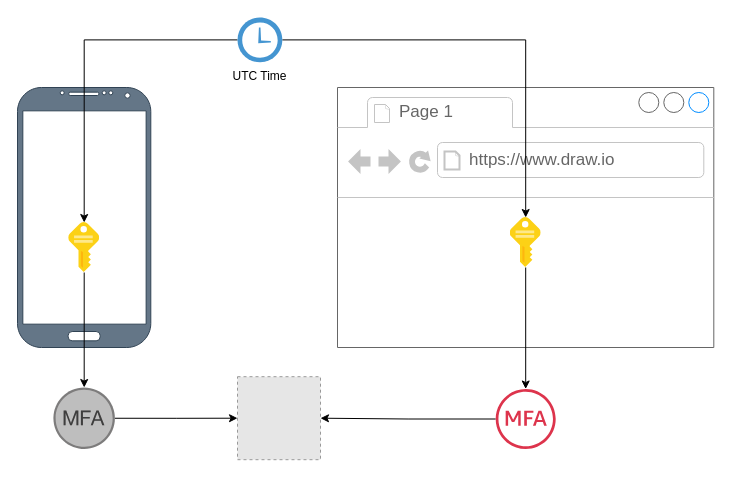
The draw.io diagram page "mfa-authenticator-app" (9 of 10) of dotnetcore_authentication.drawio in kinathru/DotNetCoreIdentityLearning, before the edit. Source tidied: cells renumbered, new cells numbered last; positions are measured from the earlier drawing's top-left corner, leaving out a move shared by most shapes. Both pictures are drawn from the tidied source at 100%, with x=0, y=0 at pixel (17, 17). Pictures stored in the file or linked from it are replaced by grey dashed boxes.
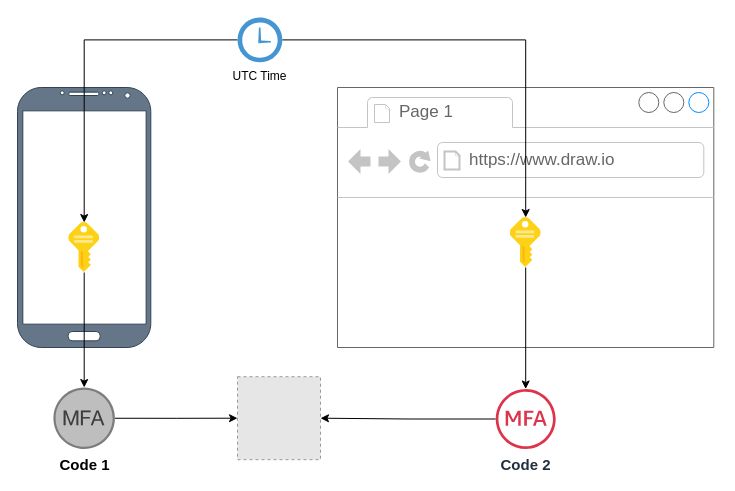
Above is the later version.

What changed in the source:
```diff
@@
 <mxGraphModel>
   <root>
     <mxCell id="0" />
     <mxCell id="1" parent="0" />
     <mxCell id="2" style="verticalLabelPosition=bottom;verticalAlign=top;html=1;shadow=0;dashed=0;strokeWidth=1;shape=mxgraph.android.phone2;strokeColor=#314354;fillColor=#647687;fontColor=#ffffff;" parent="1" vertex="1">
       <mxGeometry y="70" width="133.3" height="260" as="geometry" />
     </mxCell>
     <mxCell id="3" style="strokeWidth=1;shadow=0;dashed=0;align=center;html=1;shape=mxgraph.mockup.containers.browserWindow;rSize=0;strokeColor=#666666;strokeColor2=#008cff;strokeColor3=#c4c4c4;mainText=,;" parent="1" vertex="1">
       <mxGeometry x="320" y="70" width="376.3" height="260" as="geometry" />
     </mxCell>
     <mxCell id="4" value="Page 1" style="strokeWidth=1;shadow=0;dashed=0;align=center;html=1;shape=mxgraph.mockup.containers.anchor;fontSize=17;fontColor=#666666;align=left;whiteSpace=wrap;" parent="3" vertex="1">
       <mxGeometry x="60" y="12" width="110" height="26" as="geometry" />
     </mxCell>
     <mxCell id="5" value="https://www.draw.io" style="strokeWidth=1;shadow=0;dashed=0;align=center;html=1;shape=mxgraph.mockup.containers.anchor;rSize=0;fontSize=17;fontColor=#666666;align=left;" parent="3" vertex="1">
       <mxGeometry x="130" y="60" width="250" height="26" as="geometry" />
     </mxCell>
     <mxCell id="6" style="image;sketch=0;html=1;points=[];align=center;fontSize=12;image=img/lib/mscae/Key.svg;" parent="3" vertex="1">
       <mxGeometry x="172.7" y="130" width="31" height="50" as="geometry" />
     </mxCell>
     <mxCell id="7" style="edgeStyle=orthogonalEdgeStyle;rounded=0;jettySize=auto;html=1;" parent="1" edge="1" source="9" target="11">
       <mxGeometry relative="1" as="geometry" />
     </mxCell>
     <mxCell id="8" style="edgeStyle=orthogonalEdgeStyle;rounded=0;jettySize=auto;html=1;" parent="1" edge="1" source="9" target="6">
       <mxGeometry relative="1" as="geometry" />
     </mxCell>
     <mxCell id="9" value="UTC Time" style="shadow=0;dashed=0;html=1;strokeColor=none;fillColor=#4495D1;labelPosition=center;verticalLabelPosition=bottom;verticalAlign=top;align=center;outlineConnect=0;shape=mxgraph.veeam.time;" parent="1" vertex="1">
       <mxGeometry x="220" width="44.8" height="44.8" as="geometry" />
     </mxCell>
     <mxCell id="10" style="edgeStyle=orthogonalEdgeStyle;rounded=0;jettySize=auto;html=1;" parent="1" edge="1" source="11" target="13">
       <mxGeometry relative="1" as="geometry" />
     </mxCell>
     <mxCell id="11" style="image;sketch=0;html=1;points=[];align=center;fontSize=12;image=img/lib/mscae/Key.svg;" parent="1" vertex="1">
       <mxGeometry x="51.2" y="205" width="31" height="50" as="geometry" />
     </mxCell>
     <mxCell id="12" style="edgeStyle=orthogonalEdgeStyle;rounded=0;jettySize=auto;html=1;exitX=1;exitY=0.5;exitDx=0;exitDy=0;exitPerimeter=0;" parent="1" edge="1" source="13" target="17">
       <mxGeometry relative="1" as="geometry" />
     </mxCell>
-    <mxCell id="13" style="outlineConnect=0;dashed=0;verticalLabelPosition=bottom;verticalAlign=top;align=center;html=1;shape=mxgraph.aws3.mfa_token;fillColor=#7D7C7C;gradientColor=none;" parent="1" vertex="1">
+    <mxCell id="13" value="&lt;b&gt;&lt;font style=&quot;font-size: 15px;&quot;&gt;Code 1&lt;/font&gt;&lt;/b&gt;" style="outlineConnect=0;dashed=0;verticalLabelPosition=bottom;verticalAlign=top;align=center;html=1;shape=mxgraph.aws3.mfa_token;fillColor=#7D7C7C;gradientColor=none;" parent="1" vertex="1">
       <mxGeometry x="35.9" y="370" width="61.5" height="61.5" as="geometry" />
     </mxCell>
     <mxCell id="14" style="edgeStyle=orthogonalEdgeStyle;rounded=0;jettySize=auto;html=1;" parent="1" edge="1" source="15" target="17">
       <mxGeometry relative="1" as="geometry" />
     </mxCell>
-    <mxCell id="15" style="sketch=0;outlineConnect=0;fontColor=#232F3E;gradientColor=none;fillColor=#DD344C;strokeColor=none;dashed=0;verticalLabelPosition=bottom;verticalAlign=top;align=center;html=1;fontSize=12;fontStyle=0;shape=mxgraph.aws4.mfa_token;" parent="1" vertex="1">
+    <mxCell id="15" value="&lt;b&gt;&lt;font style=&quot;font-size: 15px;&quot;&gt;Code 2&lt;/font&gt;&lt;/b&gt;" style="sketch=0;outlineConnect=0;fontColor=#232F3E;gradientColor=none;fillColor=#DD344C;strokeColor=none;dashed=0;verticalLabelPosition=bottom;verticalAlign=top;align=center;html=1;fontSize=12;fontStyle=0;shape=mxgraph.aws4.mfa_token;" parent="1" vertex="1">
       <mxGeometry x="478.2" y="371.5" width="60" height="60" as="geometry" />
     </mxCell>
     <mxCell id="16" style="edgeStyle=orthogonalEdgeStyle;rounded=0;jettySize=auto;html=1;" parent="1" edge="1" source="6" target="15">
       <mxGeometry relative="1" as="geometry" />
     </mxCell>
     <mxCell id="17" style="fillColor=#E6E6E6;strokeColor=#999999;dashed=1;html=1;verticalAlign=top;verticalLabelPosition=bottom;labelBackgroundColor=#ffffff;" parent="1" vertex="1">
       <mxGeometry x="220" y="359.2" width="83" height="83" as="geometry" />
     </mxCell>
   </root>
 </mxGraphModel>
```
